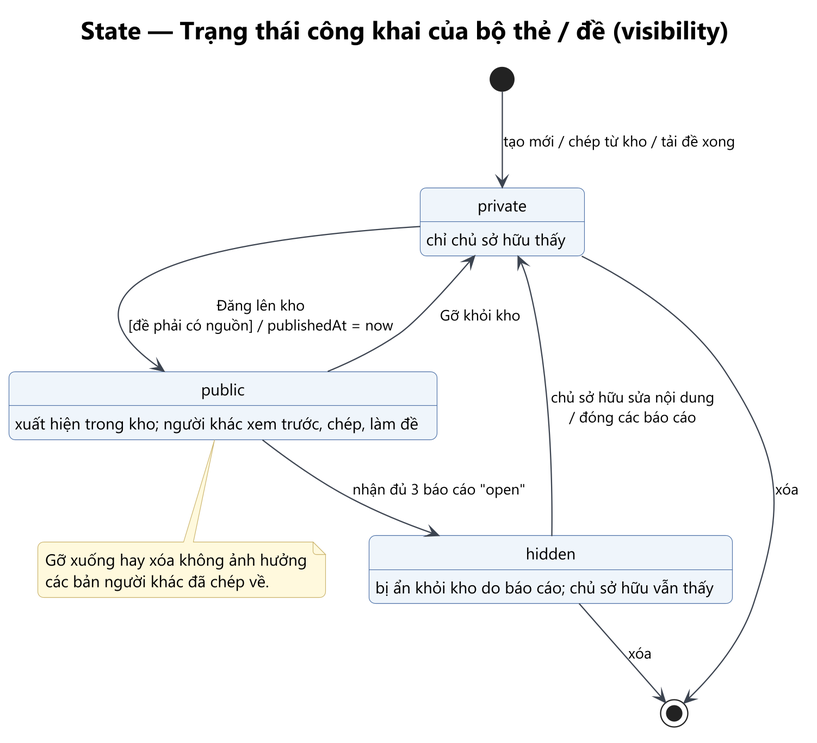
Ac-2836/WebDev-FinalProject-LinMaster keeps this PlantUML diagram as Analysis_Design/05_State/st-03-cong-khai-noi-dung.png. Above is the earlier version.
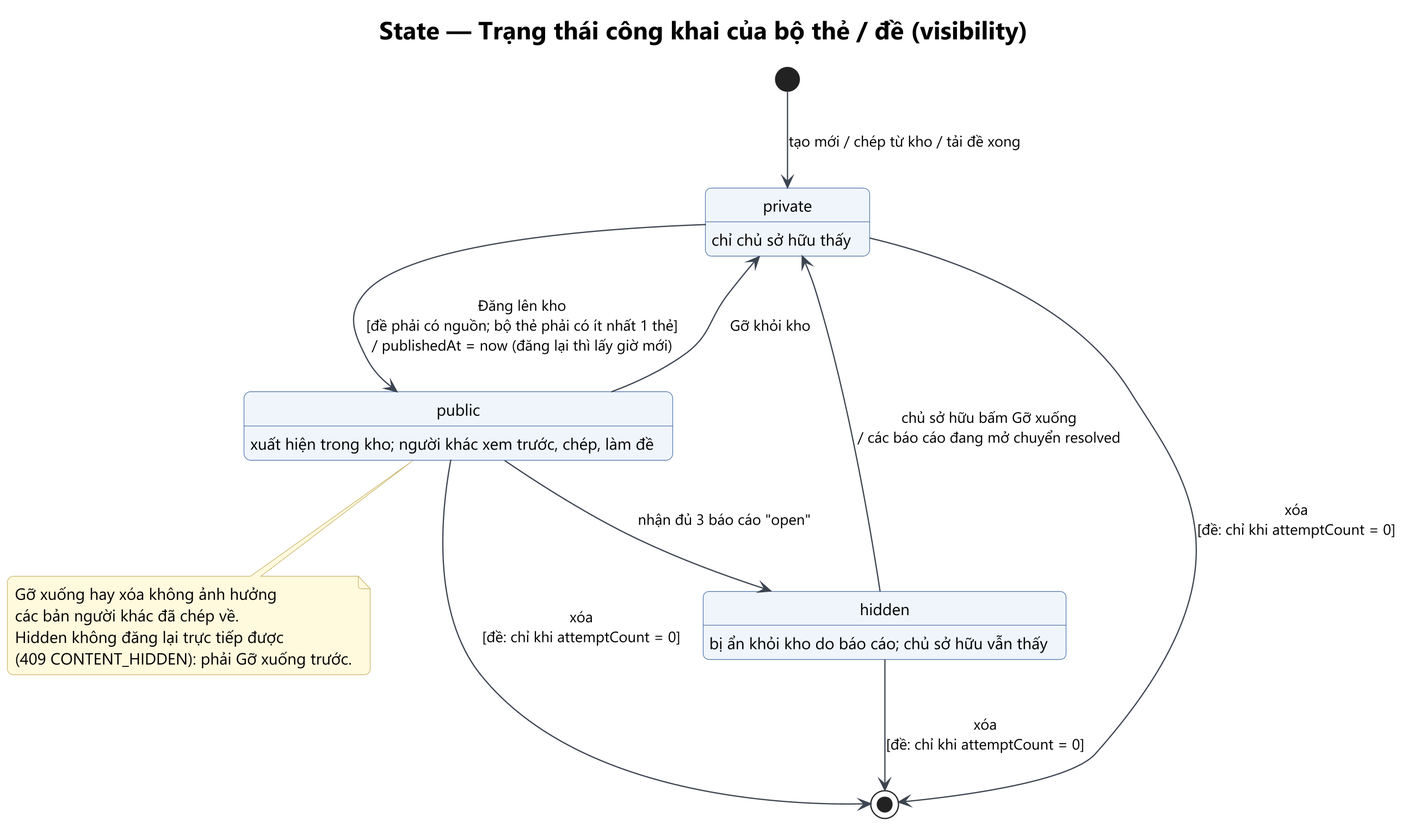
Later version of the same file.

Diff of the diagram source:
```diff
@@ -8,14 +8,17 @@
 Private : chỉ chủ sở hữu thấy
 Public : xuất hiện trong kho; người khác xem trước, chép, làm đề
 Hidden : bị ẩn khỏi kho do báo cáo; chủ sở hữu vẫn thấy
-Private --> Public : Đăng lên kho\n[đề phải có nguồn] / publishedAt = now
+Private --> Public : Đăng lên kho\n[đề phải có nguồn; bộ thẻ phải có ít nhất 1 thẻ]\n/ publishedAt = now (đăng lại thì lấy giờ mới)
 Public --> Private : Gỡ khỏi kho
 Public --> Hidden : nhận đủ 3 báo cáo "open"
-Hidden --> Private : chủ sở hữu sửa nội dung\n/ đóng các báo cáo
-Private --> [*] : xóa
-Hidden --> [*] : xóa
+Hidden --> Private : chủ sở hữu bấm Gỡ xuống\n/ các báo cáo đang mở chuyển resolved
+Private --> [*] : xóa\n[đề: chỉ khi attemptCount = 0]
+Public --> [*] : xóa\n[đề: chỉ khi attemptCount = 0]
+Hidden --> [*] : xóa\n[đề: chỉ khi attemptCount = 0]
 note bottom of Public
   Gỡ xuống hay xóa không ảnh hưởng
   các bản người khác đã chép về.
+  Hidden không đăng lại trực tiếp được
+  (409 CONTENT_HIDDEN): phải Gỡ xuống trước.
 end note
 @enduml
```
